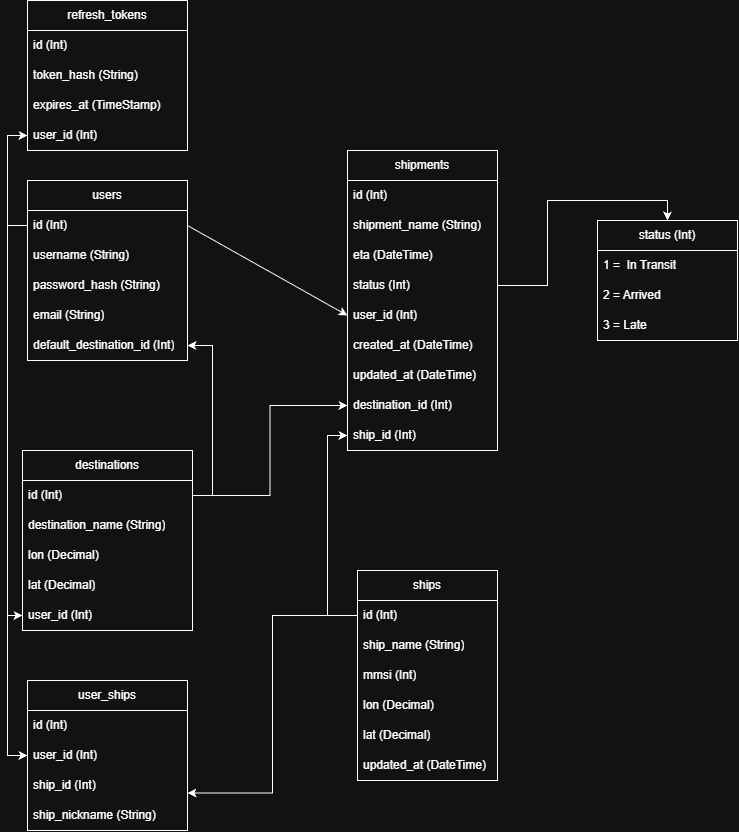
The draw.io diagram Documentation/Charts/ShipmentTrackingDB.drawio.png in Timanttiso/ShipmentTracking, before a commit. Source tidied: cells renumbered, new cells last; positions are measured from the earlier drawing's top-left corner, leaving out a move shared by most shapes.
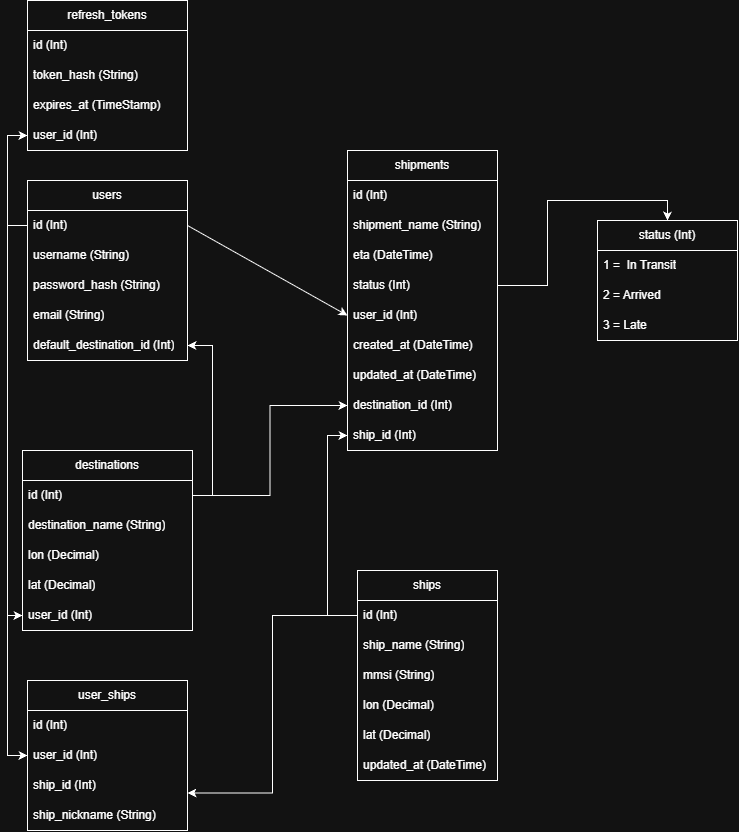
After the commit.

Commit message:
Updated database charts

Change to the diagram source:
```diff
@@ -122,7 +122,7 @@
     <mxCell id="41" value="ship_name (String)" style="text;strokeColor=none;fillColor=none;align=left;verticalAlign=middle;spacingLeft=4;spacingRight=4;overflow=hidden;whiteSpace=wrap;html=1;" parent="39" vertex="1">
       <mxGeometry y="60" width="140" height="30" as="geometry" />
     </mxCell>
-    <mxCell id="42" value="mmsi (Int)" style="text;strokeColor=none;fillColor=none;align=left;verticalAlign=middle;spacingLeft=4;spacingRight=4;overflow=hidden;whiteSpace=wrap;html=1;" parent="39" vertex="1">
+    <mxCell id="42" value="mmsi (String)" style="text;strokeColor=none;fillColor=none;align=left;verticalAlign=middle;spacingLeft=4;spacingRight=4;overflow=hidden;whiteSpace=wrap;html=1;" parent="39" vertex="1">
       <mxGeometry y="90" width="140" height="30" as="geometry" />
     </mxCell>
     <mxCell id="43" value="lon (Decimal)" style="text;strokeColor=none;fillColor=none;align=left;verticalAlign=middle;spacingLeft=4;spacingRight=4;overflow=hidden;whiteSpace=wrap;html=1;" parent="39" vertex="1">
```
